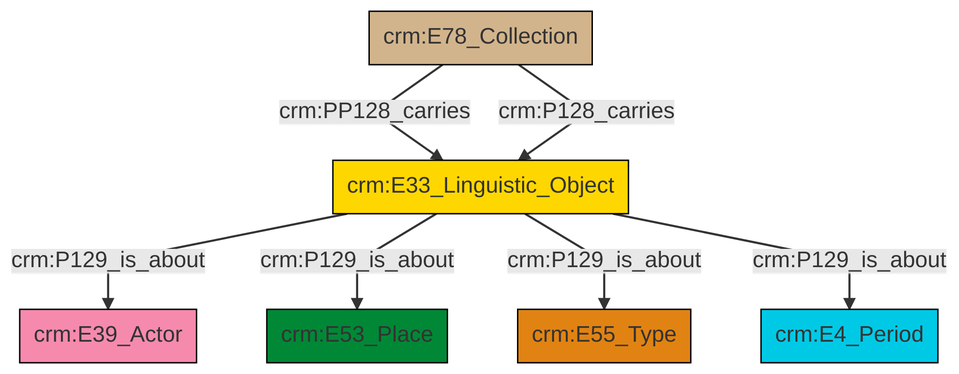
Earlier version of the Mermaid export et/archivalCSV/ttl/mmd/png/archival_aboutness.png (swiss-art-research-net/docs.swissartresearch). Its source is kept beside it as et/archivalCSV/ttl/mmd/archival_aboutness.ttl.mmd.
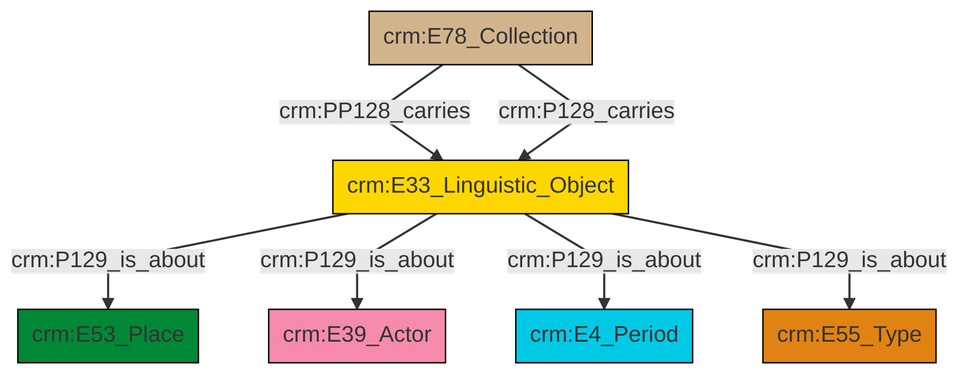
Above is the later version.

The edit, as a diff of the source:
```diff
@@ -13,9 +13,9 @@
 classDef PC_Classes fill:#4ce600, stroke:#000000;
 classDef Multi fill:#cccccc,stroke:#000000;
 
-0["crm:E78_Collection"]:::Physical_Thing -->|crm:PP128_carries| 1["crm:E33_Linguistic_Object"]:::Conceptual_Object
-1["crm:E33_Linguistic_Object"]:::Conceptual_Object -->|crm:P129_is_about| 6["crm:E39_Actor"]:::Actor
-0["crm:E78_Collection"]:::Physical_Thing -->|crm:P128_carries| 1["crm:E33_Linguistic_Object"]:::Conceptual_Object
-1["crm:E33_Linguistic_Object"]:::Conceptual_Object -->|crm:P129_is_about| 7["crm:E53_Place"]:::Place
-1["crm:E33_Linguistic_Object"]:::Conceptual_Object -->|crm:P129_is_about| 4["crm:E55_Type"]:::Type
-1["crm:E33_Linguistic_Object"]:::Conceptual_Object -->|crm:P129_is_about| 2["crm:E4_Period"]:::Temporal_Entity
+0["crm:E33_Linguistic_Object"]:::Conceptual_Object -->|crm:P129_is_about| 1["crm:E53_Place"]:::Place
+0["crm:E33_Linguistic_Object"]:::Conceptual_Object -->|crm:P129_is_about| 3["crm:E39_Actor"]:::Actor
+0["crm:E33_Linguistic_Object"]:::Conceptual_Object -->|crm:P129_is_about| 6["crm:E4_Period"]:::Temporal_Entity
+8["crm:E78_Collection"]:::Physical_Thing -->|crm:PP128_carries| 0["crm:E33_Linguistic_Object"]:::Conceptual_Object
+8["crm:E78_Collection"]:::Physical_Thing -->|crm:P128_carries| 0["crm:E33_Linguistic_Object"]:::Conceptual_Object
+0["crm:E33_Linguistic_Object"]:::Conceptual_Object -->|crm:P129_is_about| 4["crm:E55_Type"]:::Type
```
